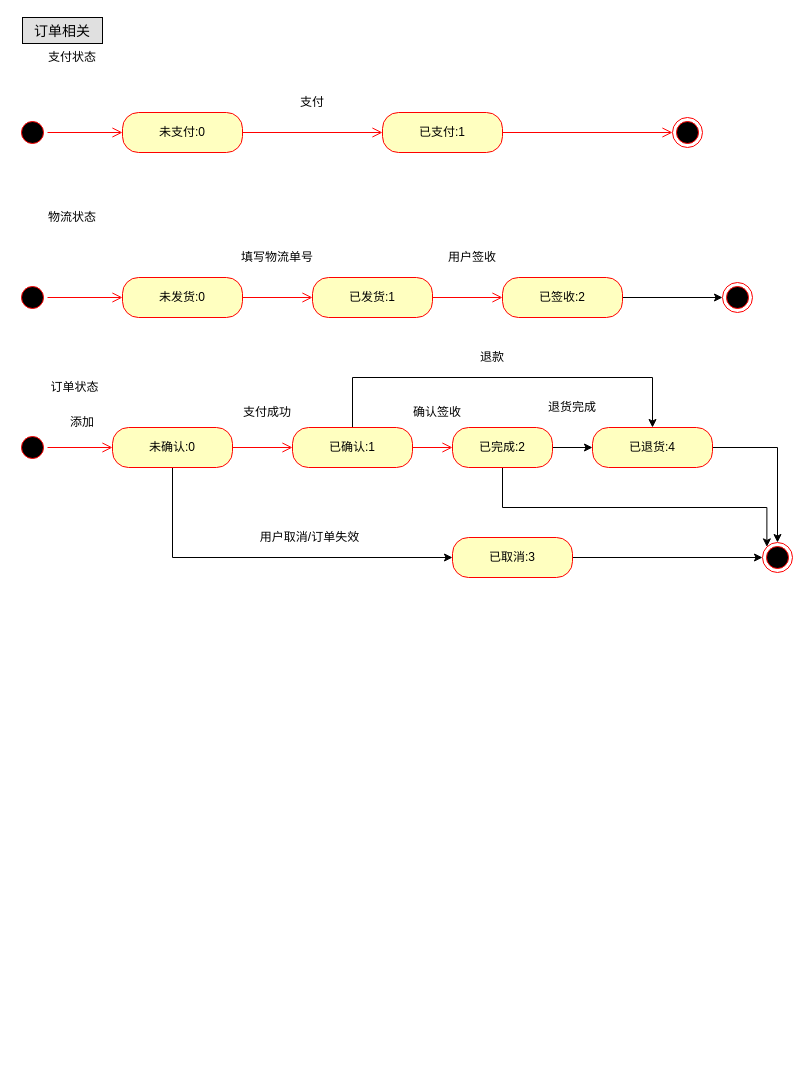
This is 码上趣.drawio from JhonShi/mashangqu, a draw.io file, before an edit. Source tidied: cells renumbered, new cells numbered last; positions are measured from the earlier drawing's top-left corner, leaving out a move shared by most shapes. Both pictures are drawn from the tidied source at 100%, with x=0, y=0 at pixel (17, 17).
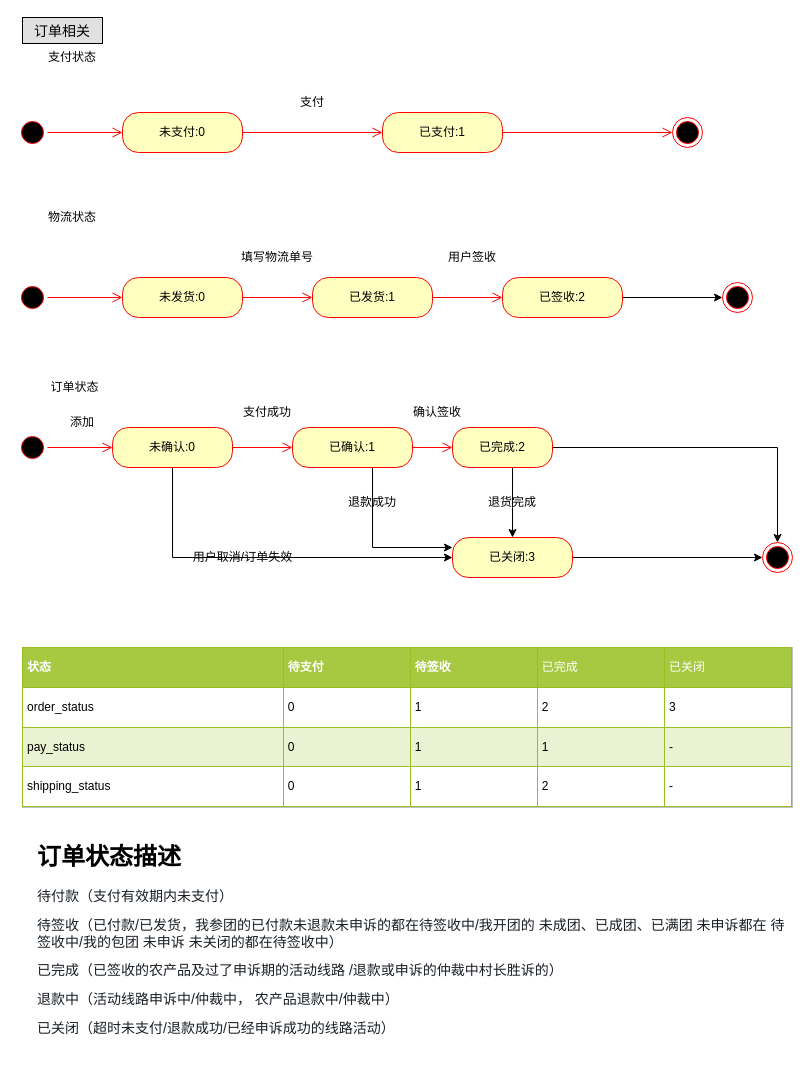
Above is the later version.

Commit message:
更新码上趣.drawio

The change refers to these unchanged cells:
```xml
<mxCell id="30" value="已确认:1" style="rounded=1;whiteSpace=wrap;html=1;arcSize=40;fontColor=#000000;fillColor=#ffffc0;strokeColor=#ff0000;" parent="1" vertex="1">
  <mxGeometry x="275" y="410" width="120" height="40" as="geometry" />
</mxCell>
<mxCell id="34" value="已完成:2" style="rounded=1;whiteSpace=wrap;html=1;arcSize=40;fontColor=#000000;fillColor=#ffffc0;strokeColor=#ff0000;" parent="1" vertex="1">
  <mxGeometry x="435" y="410" width="100" height="40" as="geometry" />
</mxCell>
<mxCell id="44" style="ellipse;html=1;shape=endState;fillColor=#000000;strokeColor=#ff0000;" parent="1" vertex="1">
  <mxGeometry x="745" y="525" width="30" height="30" as="geometry" />
</mxCell>
```

The edit, as a diff of the source:
```diff
@@
-    <mxCell id="29" style="edgeStyle=orthogonalEdgeStyle;rounded=0;jettySize=auto;html=1;entryX=0.5;entryY=0;entryDx=0;entryDy=0;" parent="1" edge="1" source="30" target="36">
-      <mxGeometry relative="1" as="geometry">
-        <Array as="points">
-          <mxPoint x="335" y="360" />
-          <mxPoint x="635" y="360" />
-        </Array>
-      </mxGeometry>
-    </mxCell>
+    <mxCell id="47" style="edgeStyle=orthogonalEdgeStyle;rounded=0;jettySize=auto;html=1;entryX=0;entryY=0.25;entryDx=0;entryDy=0;" parent="1" edge="1" source="30" target="38">
+      <mxGeometry relative="1" as="geometry">
+        <Array as="points">
+          <mxPoint x="355" y="530" />
+        </Array>
+      </mxGeometry>
+    </mxCell>
@@
-    <mxCell id="32" style="edgeStyle=orthogonalEdgeStyle;rounded=0;jettySize=auto;html=1;entryX=0;entryY=0.5;entryDx=0;entryDy=0;" parent="1" edge="1" source="34" target="36">
+    <mxCell id="32" style="edgeStyle=orthogonalEdgeStyle;rounded=0;jettySize=auto;html=1;entryX=0.5;entryY=0;entryDx=0;entryDy=0;" parent="1" edge="1" source="34" target="44">
       <mxGeometry relative="1" as="geometry" />
     </mxCell>
-    <mxCell id="33" style="edgeStyle=orthogonalEdgeStyle;rounded=0;jettySize=auto;html=1;entryX=0;entryY=0;entryDx=0;entryDy=0;" parent="1" edge="1" source="34" target="44">
+    <mxCell id="33" style="edgeStyle=orthogonalEdgeStyle;rounded=0;jettySize=auto;html=1;entryX=0.5;entryY=0;entryDx=0;entryDy=0;" parent="1" edge="1" source="34" target="38">
       <mxGeometry relative="1" as="geometry">
         <Array as="points">
-          <mxPoint x="485" y="490" />
-          <mxPoint x="749" y="490" />
+          <mxPoint x="495" y="490" />
+          <mxPoint x="495" y="490" />
         </Array>
       </mxGeometry>
     </mxCell>
@@
-    <mxCell id="35" style="edgeStyle=orthogonalEdgeStyle;rounded=0;jettySize=auto;html=1;entryX=0.5;entryY=0;entryDx=0;entryDy=0;" parent="1" edge="1" source="36" target="44">
-      <mxGeometry relative="1" as="geometry" />
-    </mxCell>
-    <mxCell id="36" value="已退货:4" style="rounded=1;whiteSpace=wrap;html=1;arcSize=40;fontColor=#000000;fillColor=#ffffc0;strokeColor=#ff0000;" parent="1" vertex="1">
-      <mxGeometry x="575" y="410" width="120" height="40" as="geometry" />
-    </mxCell>
@@
-    <mxCell id="38" value="已取消:3" style="rounded=1;whiteSpace=wrap;html=1;arcSize=40;fontColor=#000000;fillColor=#ffffc0;strokeColor=#ff0000;" parent="1" vertex="1">
+    <mxCell id="38" value="已关闭:3" style="rounded=1;whiteSpace=wrap;html=1;arcSize=40;fontColor=#000000;fillColor=#ffffc0;strokeColor=#ff0000;" parent="1" vertex="1">
       <mxGeometry x="435" y="520" width="120" height="40" as="geometry" />
     </mxCell>
@@
     <mxCell id="42" value="退货完成" style="text;html=1;strokeColor=none;fillColor=none;align=center;verticalAlign=middle;whiteSpace=wrap;rounded=0;" parent="1" vertex="1">
-      <mxGeometry x="515" y="380" width="80" height="20" as="geometry" />
+      <mxGeometry x="455" y="475" width="80" height="20" as="geometry" />
     </mxCell>
     <mxCell id="43" value="用户取消/订单失效" style="text;html=1;strokeColor=none;fillColor=none;align=center;verticalAlign=middle;whiteSpace=wrap;rounded=0;" parent="1" vertex="1">
-      <mxGeometry x="240" y="510" width="105" height="20" as="geometry" />
+      <mxGeometry x="172.5" y="530" width="105" height="20" as="geometry" />
     </mxCell>
@@
-    <mxCell id="46" value="退款" style="text;html=1;strokeColor=none;fillColor=none;align=center;verticalAlign=middle;whiteSpace=wrap;rounded=0;" parent="1" vertex="1">
-      <mxGeometry x="455" y="330" width="40" height="20" as="geometry" />
+    <mxCell id="46" value="退款成功" style="text;html=1;strokeColor=none;fillColor=none;align=center;verticalAlign=middle;whiteSpace=wrap;rounded=0;" parent="1" vertex="1">
+      <mxGeometry x="330" y="475" width="50" height="20" as="geometry" />
     </mxCell>
+    <mxCell id="48" value="&lt;table border=&quot;1&quot; width=&quot;100%&quot; cellpadding=&quot;4&quot; style=&quot;width: 100% ; height: 100% ; border-collapse: collapse&quot;&gt;&lt;tbody&gt;&lt;tr style=&quot;background-color: #a7c942 ; color: #ffffff ; border: 1px solid #98bf21&quot;&gt;&lt;th align=&quot;left&quot;&gt;状态&lt;/th&gt;&lt;th align=&quot;left&quot;&gt;待支付&lt;/th&gt;&lt;th align=&quot;left&quot;&gt;待签收&lt;/th&gt;&lt;td&gt;已完成&lt;/td&gt;&lt;td&gt;已关闭&lt;/td&gt;&lt;/tr&gt;&lt;tr style=&quot;border: 1px solid #98bf21&quot;&gt;&lt;td&gt;order_status&lt;/td&gt;&lt;td&gt;0&lt;/td&gt;&lt;td&gt;1&lt;/td&gt;&lt;td&gt;2&lt;/td&gt;&lt;td&gt;3&lt;/td&gt;&lt;/tr&gt;&lt;tr style=&quot;background-color: #eaf2d3 ; border: 1px solid #98bf21&quot;&gt;&lt;td&gt;pay_status&lt;/td&gt;&lt;td&gt;0&lt;/td&gt;&lt;td&gt;1&lt;/td&gt;&lt;td&gt;1&lt;/td&gt;&lt;td&gt;-&lt;/td&gt;&lt;/tr&gt;&lt;tr style=&quot;border: 1px solid #98bf21&quot;&gt;&lt;td&gt;shipping_status&lt;/td&gt;&lt;td&gt;0&lt;/td&gt;&lt;td&gt;1&lt;/td&gt;&lt;td&gt;2&lt;/td&gt;&lt;td&gt;-&lt;/td&gt;&lt;/tr&gt;&lt;/tbody&gt;&lt;/table&gt;" style="text;html=1;strokeColor=#c0c0c0;fillColor=#ffffff;overflow=fill;rounded=0;" parent="1" vertex="1">
+      <mxGeometry x="5" y="630" width="770" height="160" as="geometry" />
+    </mxCell>
+    <mxCell id="49" value="&lt;h1&gt;订单状态描述&lt;/h1&gt;&lt;p&gt;&lt;span style=&quot;color: rgb(25 , 31 , 37) ; font-family: , , &amp;#34;pingfang sc&amp;#34; , &amp;#34;hiragino sans gb&amp;#34; , &amp;#34;segoe ui&amp;#34; , , &amp;#34;roboto&amp;#34; , &amp;#34;droid sans&amp;#34; , &amp;#34;helvetica neue&amp;#34; , sans-serif ; font-size: 14px ; white-space: pre-wrap ; background-color: rgb(255 , 255 , 255)&quot;&gt;待付款（支付有效期内未支付）&lt;/span&gt;&lt;/p&gt;&lt;p&gt;&lt;span style=&quot;color: rgb(25 , 31 , 37) ; font-family: , , &amp;#34;pingfang sc&amp;#34; , &amp;#34;hiragino sans gb&amp;#34; , &amp;#34;segoe ui&amp;#34; , , &amp;#34;roboto&amp;#34; , &amp;#34;droid sans&amp;#34; , &amp;#34;helvetica neue&amp;#34; , sans-serif ; font-size: 14px ; white-space: pre-wrap ; background-color: rgb(255 , 255 , 255)&quot;&gt;待签收（已付款/已发货，我参团的已付款未退款未申诉的都在待签收中/我开团的 未成团、已成团、已满团 未申诉都在 待签收中/&lt;/span&gt;&lt;span style=&quot;color: rgb(25 , 31 , 37) ; font-family: , , &amp;#34;pingfang sc&amp;#34; , &amp;#34;hiragino sans gb&amp;#34; , &amp;#34;segoe ui&amp;#34; , , &amp;#34;roboto&amp;#34; , &amp;#34;droid sans&amp;#34; , &amp;#34;helvetica neue&amp;#34; , sans-serif ; font-size: 14px ; white-space: pre-wrap ; background-color: rgb(255 , 255 , 255)&quot;&gt;我的包团 未申诉 未关闭的都在待签收中）  &lt;/span&gt;&lt;/p&gt;&lt;p&gt;&lt;span style=&quot;color: rgb(25 , 31 , 37) ; font-family: , , &amp;#34;pingfang sc&amp;#34; , &amp;#34;hiragino sans gb&amp;#34; , &amp;#34;segoe ui&amp;#34; , , &amp;#34;roboto&amp;#34; , &amp;#34;droid sans&amp;#34; , &amp;#34;helvetica neue&amp;#34; , sans-serif ; font-size: 14px ; white-space: pre-wrap ; background-color: rgb(255 , 255 , 255)&quot;&gt;已完成（已签收的农产品及过了申诉期的活动线路 /退款或申诉的仲裁中村长胜诉的）   &lt;/span&gt;&lt;/p&gt;&lt;p&gt;&lt;span style=&quot;color: rgb(25 , 31 , 37) ; font-family: , , &amp;#34;pingfang sc&amp;#34; , &amp;#34;hiragino sans gb&amp;#34; , &amp;#34;segoe ui&amp;#34; , , &amp;#34;roboto&amp;#34; , &amp;#34;droid sans&amp;#34; , &amp;#34;helvetica neue&amp;#34; , sans-serif ; font-size: 14px ; white-space: pre-wrap ; background-color: rgb(255 , 255 , 255)&quot;&gt;退款中（活动线路申诉中/仲裁中， 农产品退款中/仲裁中）&lt;/span&gt;&lt;/p&gt;&lt;p&gt;&lt;span style=&quot;color: rgb(25 , 31 , 37) ; font-family: , , &amp;#34;pingfang sc&amp;#34; , &amp;#34;hiragino sans gb&amp;#34; , &amp;#34;segoe ui&amp;#34; , , &amp;#34;roboto&amp;#34; , &amp;#34;droid sans&amp;#34; , &amp;#34;helvetica neue&amp;#34; , sans-serif ; font-size: 14px ; white-space: pre-wrap ; background-color: rgb(255 , 255 , 255)&quot;&gt;已关闭（超时未支付/退款成功/已经申诉成功的线路活动）&lt;/span&gt;&lt;br&gt;&lt;/p&gt;" style="text;html=1;strokeColor=none;fillColor=none;spacing=5;spacingTop=-20;whiteSpace=wrap;overflow=hidden;rounded=0;" parent="1" vertex="1">
+      <mxGeometry x="15" y="820" width="760" height="230" as="geometry" />
+    </mxCell>
```
